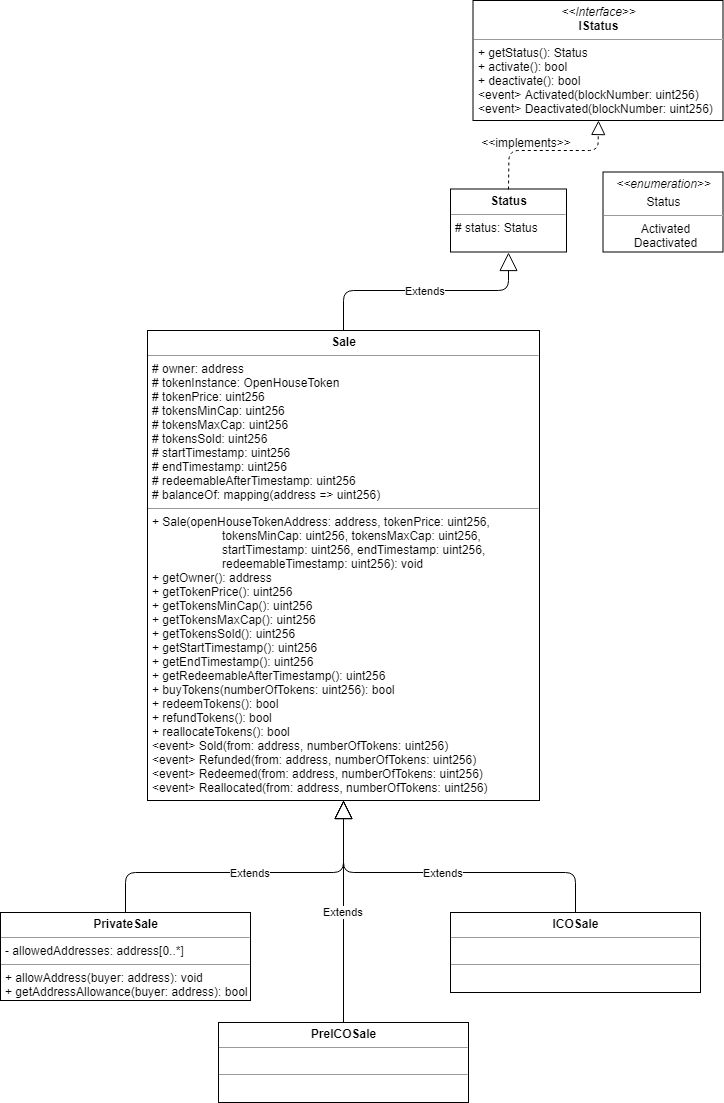
Earlier version of the draw.io export uml/Sale/Sale.png (gkamtzir/Ethereum-ICO-Diploma-Thesis). Source tidied: cells renumbered, new cells last; positions are measured from the earlier drawing's top-left corner, leaving out a move shared by most shapes.
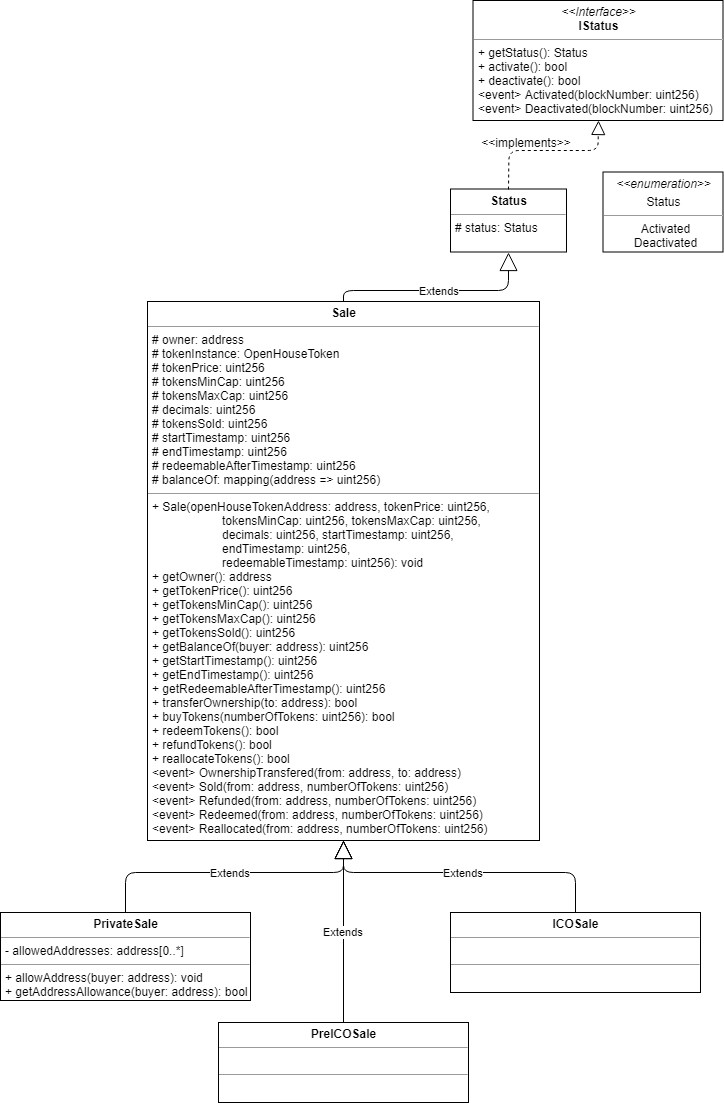
The same diagram one commit later.

The edit, as a diff of the source:
```diff
@@ -2,8 +2,8 @@
   <root>
     <mxCell id="0" />
     <mxCell id="1" parent="0" />
-    <mxCell id="2" value="&lt;p style=&quot;margin: 0px ; margin-top: 4px ; text-align: center&quot;&gt;&lt;b&gt;Sale&lt;/b&gt;&lt;/p&gt;&lt;hr size=&quot;1&quot;&gt;&lt;p style=&quot;margin: 0px ; margin-left: 4px&quot;&gt;# owner: address&lt;/p&gt;&lt;p style=&quot;margin: 0px ; margin-left: 4px&quot;&gt;# tokenInstance: OpenHouseToken&lt;/p&gt;&lt;p style=&quot;margin: 0px ; margin-left: 4px&quot;&gt;# tokenPrice: uint256&lt;/p&gt;&lt;p style=&quot;margin: 0px ; margin-left: 4px&quot;&gt;# tokensMinCap: uint256&lt;/p&gt;&lt;p style=&quot;margin: 0px ; margin-left: 4px&quot;&gt;# tokensMaxCap: uint256&lt;/p&gt;&lt;p style=&quot;margin: 0px ; margin-left: 4px&quot;&gt;# tokensSold: uint256&lt;/p&gt;&lt;p style=&quot;margin: 0px ; margin-left: 4px&quot;&gt;# startTimestamp: uint256&lt;/p&gt;&lt;p style=&quot;margin: 0px ; margin-left: 4px&quot;&gt;# endTimestamp: uint256&lt;/p&gt;&lt;p style=&quot;margin: 0px ; margin-left: 4px&quot;&gt;# redeemableAfterTimestamp: uint256&lt;/p&gt;&lt;p style=&quot;margin: 0px ; margin-left: 4px&quot;&gt;# balanceOf: mapping(address =&amp;gt; uint256)&lt;/p&gt;&lt;hr size=&quot;1&quot;&gt;&lt;p style=&quot;margin: 0px ; margin-left: 4px&quot;&gt;+ Sale(openHouseTokenAddress: address, tokenPrice: uint256,&lt;/p&gt;&lt;p style=&quot;margin: 0px ; margin-left: 4px&quot;&gt;&amp;nbsp; &amp;nbsp; &amp;nbsp; &amp;nbsp; &amp;nbsp; &amp;nbsp; &amp;nbsp; &amp;nbsp; &amp;nbsp; &amp;nbsp; &amp;nbsp;tokensMinCap: uint256, tokensMaxCap: uint256,&lt;/p&gt;&lt;p style=&quot;margin: 0px ; margin-left: 4px&quot;&gt;&amp;nbsp; &amp;nbsp; &amp;nbsp; &amp;nbsp; &amp;nbsp; &amp;nbsp; &amp;nbsp; &amp;nbsp; &amp;nbsp; &amp;nbsp; &amp;nbsp;startTimestamp: uint256, endTimestamp: uint256,&lt;/p&gt;&lt;p style=&quot;margin: 0px ; margin-left: 4px&quot;&gt;&amp;nbsp; &amp;nbsp; &amp;nbsp; &amp;nbsp; &amp;nbsp; &amp;nbsp; &amp;nbsp; &amp;nbsp; &amp;nbsp; &amp;nbsp; &amp;nbsp;redeemableTimestamp: uint256): void&lt;/p&gt;&lt;p style=&quot;margin: 0px ; margin-left: 4px&quot;&gt;+ getOwner(): address&lt;/p&gt;&lt;p style=&quot;margin: 0px ; margin-left: 4px&quot;&gt;+ getTokenPrice(): uint256&lt;/p&gt;&lt;p style=&quot;margin: 0px ; margin-left: 4px&quot;&gt;+ getTokensMinCap(): uint256&lt;/p&gt;&lt;p style=&quot;margin: 0px ; margin-left: 4px&quot;&gt;+ getTokensMaxCap(): uint256&lt;/p&gt;&lt;p style=&quot;margin: 0px ; margin-left: 4px&quot;&gt;+ getTokensSold(): uint256&lt;/p&gt;&lt;p style=&quot;margin: 0px ; margin-left: 4px&quot;&gt;+ getStartTimestamp(): uint256&lt;/p&gt;&lt;p style=&quot;margin: 0px ; margin-left: 4px&quot;&gt;+ getEndTimestamp(): uint256&lt;/p&gt;&lt;p style=&quot;margin: 0px ; margin-left: 4px&quot;&gt;+ getRedeemableAfterTimestamp(): uint256&lt;/p&gt;&lt;p style=&quot;margin: 0px ; margin-left: 4px&quot;&gt;+ buyTokens(numberOfTokens: uint256): bool&lt;/p&gt;&lt;p style=&quot;margin: 0px ; margin-left: 4px&quot;&gt;+ redeemTokens(): bool&lt;/p&gt;&lt;p style=&quot;margin: 0px ; margin-left: 4px&quot;&gt;+ refundTokens(): bool&lt;/p&gt;&lt;p style=&quot;margin: 0px ; margin-left: 4px&quot;&gt;+ reallocateTokens(): bool&lt;/p&gt;&lt;p style=&quot;margin: 0px ; margin-left: 4px&quot;&gt;&amp;lt;event&amp;gt; Sold(from: address, numberOfTokens: uint256)&lt;/p&gt;&lt;p style=&quot;margin: 0px ; margin-left: 4px&quot;&gt;&amp;lt;event&amp;gt; Refunded(from: address, numberOfTokens: uint256)&lt;/p&gt;&lt;p style=&quot;margin: 0px ; margin-left: 4px&quot;&gt;&amp;lt;event&amp;gt; Redeemed(from: address, numberOfTokens: uint256)&lt;/p&gt;&lt;p style=&quot;margin: 0px ; margin-left: 4px&quot;&gt;&amp;lt;event&amp;gt; Reallocated(from: address, numberOfTokens: uint256)&lt;/p&gt;" style="verticalAlign=top;align=left;overflow=fill;fontSize=12;fontFamily=Helvetica;html=1;" parent="1" vertex="1">
-      <mxGeometry x="147" y="330" width="392" height="470" as="geometry" />
+    <mxCell id="2" value="&lt;p style=&quot;margin: 0px ; margin-top: 4px ; text-align: center&quot;&gt;&lt;b&gt;Sale&lt;/b&gt;&lt;/p&gt;&lt;hr size=&quot;1&quot;&gt;&lt;p style=&quot;margin: 0px ; margin-left: 4px&quot;&gt;# owner: address&lt;/p&gt;&lt;p style=&quot;margin: 0px ; margin-left: 4px&quot;&gt;# tokenInstance: OpenHouseToken&lt;/p&gt;&lt;p style=&quot;margin: 0px ; margin-left: 4px&quot;&gt;# tokenPrice: uint256&lt;/p&gt;&lt;p style=&quot;margin: 0px ; margin-left: 4px&quot;&gt;# tokensMinCap: uint256&lt;/p&gt;&lt;p style=&quot;margin: 0px ; margin-left: 4px&quot;&gt;# tokensMaxCap: uint256&lt;/p&gt;&lt;p style=&quot;margin: 0px ; margin-left: 4px&quot;&gt;# decimals: uint256&lt;/p&gt;&lt;p style=&quot;margin: 0px ; margin-left: 4px&quot;&gt;# tokensSold: uint256&lt;/p&gt;&lt;p style=&quot;margin: 0px ; margin-left: 4px&quot;&gt;# startTimestamp: uint256&lt;/p&gt;&lt;p style=&quot;margin: 0px ; margin-left: 4px&quot;&gt;# endTimestamp: uint256&lt;/p&gt;&lt;p style=&quot;margin: 0px ; margin-left: 4px&quot;&gt;# redeemableAfterTimestamp: uint256&lt;/p&gt;&lt;p style=&quot;margin: 0px ; margin-left: 4px&quot;&gt;# balanceOf: mapping(address =&amp;gt; uint256)&lt;/p&gt;&lt;hr size=&quot;1&quot;&gt;&lt;p style=&quot;margin: 0px ; margin-left: 4px&quot;&gt;+ Sale(openHouseTokenAddress: address, tokenPrice: uint256,&lt;/p&gt;&lt;p style=&quot;margin: 0px ; margin-left: 4px&quot;&gt;&amp;nbsp; &amp;nbsp; &amp;nbsp; &amp;nbsp; &amp;nbsp; &amp;nbsp; &amp;nbsp; &amp;nbsp; &amp;nbsp; &amp;nbsp; &amp;nbsp;tokensMinCap: uint256, tokensMaxCap: uint256,&lt;/p&gt;&lt;p style=&quot;margin: 0px ; margin-left: 4px&quot;&gt;&amp;nbsp; &amp;nbsp; &amp;nbsp; &amp;nbsp; &amp;nbsp; &amp;nbsp; &amp;nbsp; &amp;nbsp; &amp;nbsp; &amp;nbsp; &amp;nbsp;decimals: uint256, startTimestamp: uint256,&lt;/p&gt;&lt;p style=&quot;margin: 0px ; margin-left: 4px&quot;&gt;&amp;nbsp; &amp;nbsp; &amp;nbsp; &amp;nbsp; &amp;nbsp; &amp;nbsp; &amp;nbsp; &amp;nbsp; &amp;nbsp; &amp;nbsp; &amp;nbsp;endTimestamp: uint256,&amp;nbsp;&lt;/p&gt;&lt;p style=&quot;margin: 0px ; margin-left: 4px&quot;&gt;&lt;span&gt;&amp;nbsp; &amp;nbsp; &amp;nbsp; &amp;nbsp; &amp;nbsp; &amp;nbsp; &amp;nbsp; &amp;nbsp; &amp;nbsp; &amp;nbsp; &amp;nbsp;redeemableTimestamp: uint256): void&lt;/span&gt;&lt;/p&gt;&lt;p style=&quot;margin: 0px ; margin-left: 4px&quot;&gt;+ getOwner(): address&lt;/p&gt;&lt;p style=&quot;margin: 0px ; margin-left: 4px&quot;&gt;+ getTokenPrice(): uint256&lt;/p&gt;&lt;p style=&quot;margin: 0px ; margin-left: 4px&quot;&gt;+ getTokensMinCap(): uint256&lt;/p&gt;&lt;p style=&quot;margin: 0px ; margin-left: 4px&quot;&gt;+ getTokensMaxCap(): uint256&lt;/p&gt;&lt;p style=&quot;margin: 0px ; margin-left: 4px&quot;&gt;+ getTokensSold(): uint256&lt;/p&gt;&lt;p style=&quot;margin: 0px ; margin-left: 4px&quot;&gt;+ getBalanceOf(buyer: address): uint256&lt;/p&gt;&lt;p style=&quot;margin: 0px ; margin-left: 4px&quot;&gt;+ getStartTimestamp(): uint256&lt;/p&gt;&lt;p style=&quot;margin: 0px ; margin-left: 4px&quot;&gt;+ getEndTimestamp(): uint256&lt;/p&gt;&lt;p style=&quot;margin: 0px ; margin-left: 4px&quot;&gt;+ getRedeemableAfterTimestamp(): uint256&lt;/p&gt;&lt;p style=&quot;margin: 0px ; margin-left: 4px&quot;&gt;+ transferOwnership(to: address): bool&lt;/p&gt;&lt;p style=&quot;margin: 0px ; margin-left: 4px&quot;&gt;+ buyTokens(numberOfTokens: uint256): bool&lt;/p&gt;&lt;p style=&quot;margin: 0px ; margin-left: 4px&quot;&gt;+ redeemTokens(): bool&lt;/p&gt;&lt;p style=&quot;margin: 0px ; margin-left: 4px&quot;&gt;+ refundTokens(): bool&lt;/p&gt;&lt;p style=&quot;margin: 0px ; margin-left: 4px&quot;&gt;+ reallocateTokens(): bool&lt;/p&gt;&lt;p style=&quot;margin: 0px ; margin-left: 4px&quot;&gt;&amp;lt;event&amp;gt; OwnershipTransfered(from: address, to: address)&lt;/p&gt;&lt;p style=&quot;margin: 0px ; margin-left: 4px&quot;&gt;&amp;lt;event&amp;gt; Sold(from: address, numberOfTokens: uint256)&lt;/p&gt;&lt;p style=&quot;margin: 0px ; margin-left: 4px&quot;&gt;&amp;lt;event&amp;gt; Refunded(from: address, numberOfTokens: uint256)&lt;/p&gt;&lt;p style=&quot;margin: 0px ; margin-left: 4px&quot;&gt;&amp;lt;event&amp;gt; Redeemed(from: address, numberOfTokens: uint256)&lt;/p&gt;&lt;p style=&quot;margin: 0px ; margin-left: 4px&quot;&gt;&amp;lt;event&amp;gt; Reallocated(from: address, numberOfTokens: uint256)&lt;/p&gt;" style="verticalAlign=top;align=left;overflow=fill;fontSize=12;fontFamily=Helvetica;html=1;" parent="1" vertex="1">
+      <mxGeometry x="147" y="301" width="392" height="539" as="geometry" />
     </mxCell>
     <mxCell id="3" value="&lt;p style=&quot;margin: 0px ; margin-top: 4px ; text-align: center&quot;&gt;&lt;b&gt;PrivateSale&lt;/b&gt;&lt;/p&gt;&lt;hr size=&quot;1&quot;&gt;&lt;p style=&quot;margin: 0px ; margin-left: 4px&quot;&gt;- allowedAddresses: address[0..*]&lt;/p&gt;&lt;hr size=&quot;1&quot;&gt;&lt;p style=&quot;margin: 0px ; margin-left: 4px&quot;&gt;&lt;span&gt;+ allowAddress(buyer: address): void&lt;/span&gt;&lt;br&gt;&lt;/p&gt;&lt;p style=&quot;margin: 0px ; margin-left: 4px&quot;&gt;&lt;span&gt;+ getAddressAllowance(buyer: address): bool&lt;/span&gt;&lt;/p&gt;" style="verticalAlign=top;align=left;overflow=fill;fontSize=12;fontFamily=Helvetica;html=1;" parent="1" vertex="1">
       <mxGeometry y="912" width="250" height="88" as="geometry" />
```
